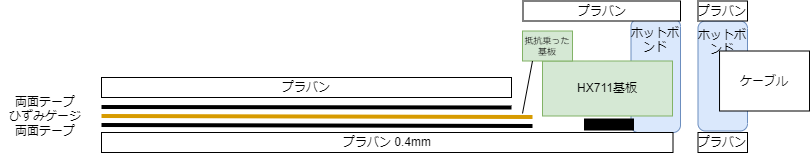
Earlier version of the draw.io export CrossSection.png (tom01h/Arduino-BendingSensor). Source tidied: cells renumbered, new cells last; positions are measured from the earlier drawing's top-left corner, leaving out a move shared by most shapes.
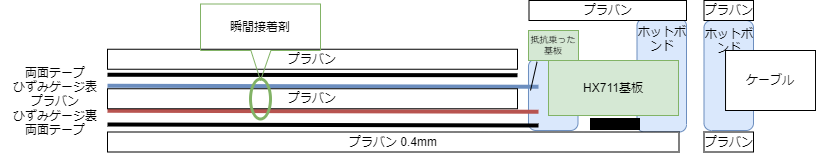
Later version of the same file.

Commit message:
芯材挟んだ

What changed in the source:
```diff
@@ -2,68 +2,85 @@
   <root>
     <mxCell id="0" />
     <mxCell id="1" parent="0" />
-    <mxCell id="2" value="ホットボンド" style="rounded=1;whiteSpace=wrap;html=1;fillColor=#dae8fc;strokeColor=#6c8ebf;verticalAlign=top;" parent="1" vertex="1">
-      <mxGeometry x="630.5" y="18.5" width="49.5" height="113.5" as="geometry" />
+    <mxCell id="2" style="rounded=1;whiteSpace=wrap;html=1;fillColor=#dae8fc;strokeColor=#6c8ebf;verticalAlign=top;" parent="1" vertex="1">
+      <mxGeometry x="1358" y="50.5" width="49.5" height="71.5" as="geometry" />
     </mxCell>
-    <mxCell id="3" value="両面テープ&lt;br&gt;ひずみゲージ&lt;br&gt;両面テープ" style="text;html=1;strokeColor=none;fillColor=none;align=center;verticalAlign=middle;whiteSpace=wrap;rounded=0;" parent="1" vertex="1">
-      <mxGeometry y="100.5" width="90" height="30" as="geometry" />
+    <mxCell id="3" value="ホットボンド" style="rounded=1;whiteSpace=wrap;html=1;fillColor=#dae8fc;strokeColor=#6c8ebf;verticalAlign=top;" parent="1" vertex="1">
+      <mxGeometry x="1466.5" y="10" width="49.5" height="113.5" as="geometry" />
     </mxCell>
-    <mxCell id="4" value="ホットボンド" style="rounded=1;whiteSpace=wrap;html=1;fillColor=#dae8fc;strokeColor=#6c8ebf;verticalAlign=top;" parent="1" vertex="1">
-      <mxGeometry x="697.5" y="20.5" width="49.5" height="110" as="geometry" />
+    <mxCell id="4" value="両面テープ&lt;br&gt;ひずみゲージ表&lt;br&gt;プラバン&lt;br&gt;ひずみゲージ裏&lt;br&gt;両面テープ" style="text;html=1;strokeColor=none;fillColor=none;align=center;verticalAlign=middle;whiteSpace=wrap;rounded=0;" parent="1" vertex="1">
+      <mxGeometry x="830" y="55.2" width="110" height="75" as="geometry" />
     </mxCell>
-    <mxCell id="5" value="プラバン 0.4mm" style="rounded=0;whiteSpace=wrap;html=1;" parent="1" vertex="1">
-      <mxGeometry x="101" y="132" width="571.5" height="20" as="geometry" />
+    <mxCell id="5" value="ホットボンド" style="rounded=1;whiteSpace=wrap;html=1;fillColor=#dae8fc;strokeColor=#6c8ebf;verticalAlign=top;" parent="1" vertex="1">
+      <mxGeometry x="1533.5" y="12" width="49.5" height="110" as="geometry" />
     </mxCell>
-    <mxCell id="6" style="endArrow=none;html=1;rounded=0;strokeWidth=4;" parent="1" edge="1">
-      <mxGeometry relative="1" as="geometry">
-        <mxPoint x="101" y="124.5" as="sourcePoint" />
-        <mxPoint x="532" y="125.5" as="targetPoint" />
-      </mxGeometry>
+    <mxCell id="6" value="プラバン 0.4mm" style="rounded=0;whiteSpace=wrap;html=1;" parent="1" vertex="1">
+      <mxGeometry x="937" y="123.5" width="571.5" height="20" as="geometry" />
     </mxCell>
     <mxCell id="7" style="endArrow=none;html=1;rounded=0;strokeWidth=4;" parent="1" edge="1">
       <mxGeometry relative="1" as="geometry">
-        <mxPoint x="101" y="106.5" as="sourcePoint" />
-        <mxPoint x="511" y="107" as="targetPoint" />
+        <mxPoint x="937" y="116" as="sourcePoint" />
+        <mxPoint x="1368" y="117" as="targetPoint" />
       </mxGeometry>
     </mxCell>
-    <mxCell id="8" value="プラバン" style="rounded=0;whiteSpace=wrap;html=1;" parent="1" vertex="1">
-      <mxGeometry x="101" y="77" width="410" height="20" as="geometry" />
+    <mxCell id="8" style="endArrow=none;html=1;rounded=0;strokeWidth=4;" parent="1" edge="1">
+      <mxGeometry relative="1" as="geometry">
+        <mxPoint x="937" y="66.2" as="sourcePoint" />
+        <mxPoint x="1347" y="66.8" as="targetPoint" />
+      </mxGeometry>
     </mxCell>
-    <mxCell id="9" style="endArrow=none;html=1;rounded=0;strokeWidth=4;fillColor=#ffe6cc;strokeColor=#d79b00;" parent="1" edge="1">
-      <mxGeometry relative="1" as="geometry">
-        <mxPoint x="101" y="115.5" as="sourcePoint" />
-        <mxPoint x="532" y="116.5" as="targetPoint" />
-      </mxGeometry>
+    <mxCell id="9" value="プラバン" style="rounded=0;whiteSpace=wrap;html=1;" parent="1" vertex="1">
+      <mxGeometry x="937" y="40.8" width="410" height="20" as="geometry" />
     </mxCell>
-    <mxCell id="10" value="HX711基板" style="rounded=0;whiteSpace=wrap;html=1;fillColor=#d5e8d4;strokeColor=#82b366;" parent="1" vertex="1">
-      <mxGeometry x="542" y="60.5" width="130" height="55" as="geometry" />
+    <mxCell id="10" style="endArrow=none;html=1;rounded=0;strokeWidth=4;fillColor=#dae8fc;strokeColor=#6c8ebf;" parent="1" edge="1">
+      <mxGeometry relative="1" as="geometry">
+        <mxPoint x="937" y="77.2" as="sourcePoint" />
+        <mxPoint x="1368" y="78.2" as="targetPoint" />
+      </mxGeometry>
     </mxCell>
-    <mxCell id="11" value="抵抗乗った基板" style="rounded=0;whiteSpace=wrap;html=1;fillColor=#d5e8d4;strokeColor=#82b366;fontSize=9;" parent="1" vertex="1">
-      <mxGeometry x="522" y="30.5" width="50" height="30" as="geometry" />
+    <mxCell id="11" value="HX711基板" style="rounded=0;whiteSpace=wrap;html=1;fillColor=#d5e8d4;strokeColor=#82b366;" parent="1" vertex="1">
+      <mxGeometry x="1378" y="52" width="130" height="55" as="geometry" />
     </mxCell>
-    <mxCell id="12" value="プラバン" style="rounded=0;whiteSpace=wrap;html=1;" parent="1" vertex="1">
-      <mxGeometry x="697.5" y="132" width="49.5" height="20" as="geometry" />
+    <mxCell id="12" value="抵抗乗った基板" style="rounded=0;whiteSpace=wrap;html=1;fillColor=#d5e8d4;strokeColor=#82b366;fontSize=9;" parent="1" vertex="1">
+      <mxGeometry x="1358" y="22" width="50" height="30" as="geometry" />
     </mxCell>
     <mxCell id="13" value="プラバン" style="rounded=0;whiteSpace=wrap;html=1;" parent="1" vertex="1">
-      <mxGeometry x="697.5" y="0.5" width="49.5" height="20" as="geometry" />
+      <mxGeometry x="1533.5" y="123.5" width="49.5" height="20" as="geometry" />
     </mxCell>
-    <mxCell id="14" value="ケーブル" style="rounded=0;whiteSpace=wrap;html=1;" parent="1" vertex="1">
-      <mxGeometry x="719" y="50.5" width="90" height="60" as="geometry" />
+    <mxCell id="14" value="プラバン" style="rounded=0;whiteSpace=wrap;html=1;" parent="1" vertex="1">
+      <mxGeometry x="1533.5" y="-8" width="49.5" height="20" as="geometry" />
     </mxCell>
-    <mxCell id="15" style="endArrow=none;html=1;rounded=0;exitX=0;exitY=0.75;exitDx=0;exitDy=0;" parent="1" edge="1">
-      <mxGeometry relative="1" as="geometry">
-        <mxPoint x="522" y="113" as="sourcePoint" />
-        <mxPoint x="532" y="60.5" as="targetPoint" />
-      </mxGeometry>
+    <mxCell id="15" value="ケーブル" style="rounded=0;whiteSpace=wrap;html=1;" parent="1" vertex="1">
+      <mxGeometry x="1555" y="42" width="90" height="60" as="geometry" />
     </mxCell>
-    <mxCell id="16" style="endArrow=none;html=1;rounded=0;strokeWidth=12;" parent="1" edge="1">
+    <mxCell id="16" style="endArrow=none;html=1;rounded=0;entryX=0.171;entryY=1.044;entryDx=0;entryDy=0;entryPerimeter=0;" parent="1" edge="1" target="12">
       <mxGeometry relative="1" as="geometry">
-        <mxPoint x="583.5" y="124" as="sourcePoint" />
-        <mxPoint x="633.5" y="124" as="targetPoint" />
+        <mxPoint x="1360" y="82" as="sourcePoint" />
       </mxGeometry>
     </mxCell>
-    <mxCell id="17" value="プラバン" style="rounded=0;whiteSpace=wrap;html=1;" parent="1" vertex="1">
-      <mxGeometry x="522.5" y="0.5" width="157.5" height="20" as="geometry" />
+    <mxCell id="17" style="endArrow=none;html=1;rounded=0;strokeWidth=12;" parent="1" edge="1">
+      <mxGeometry relative="1" as="geometry">
+        <mxPoint x="1419.5" y="115.5" as="sourcePoint" />
+        <mxPoint x="1469.5" y="115.5" as="targetPoint" />
+      </mxGeometry>
     </mxCell>
+    <mxCell id="18" value="プラバン" style="rounded=0;whiteSpace=wrap;html=1;" parent="1" vertex="1">
+      <mxGeometry x="1358.5" y="-8" width="157.5" height="20" as="geometry" />
+    </mxCell>
+    <mxCell id="19" style="endArrow=none;html=1;rounded=0;strokeWidth=4;fillColor=#f8cecc;strokeColor=#b85450;" parent="1" edge="1">
+      <mxGeometry relative="1" as="geometry">
+        <mxPoint x="937" y="102.2" as="sourcePoint" />
+        <mxPoint x="1368" y="103.2" as="targetPoint" />
+      </mxGeometry>
+    </mxCell>
+    <mxCell id="20" value="プラバン" style="rounded=0;whiteSpace=wrap;html=1;" parent="1" vertex="1">
+      <mxGeometry x="937" y="80.2" width="410" height="20" as="geometry" />
+    </mxCell>
+    <mxCell id="21" style="ellipse;whiteSpace=wrap;html=1;fillColor=none;strokeColor=#82b366;strokeWidth=3;" parent="1" vertex="1">
+      <mxGeometry x="1080" y="70.5" width="20" height="40" as="geometry" />
+    </mxCell>
+    <mxCell id="22" value="瞬間接着剤" style="shape=callout;whiteSpace=wrap;html=1;perimeter=calloutPerimeter;fillColor=none;strokeColor=#82b366;size=30;position=0.42;base=20;" parent="1" vertex="1">
+      <mxGeometry x="1030" y="-4.5" width="120" height="76.5" as="geometry" />
+    </mxCell>
   </root>
 </mxGraphModel>
```
